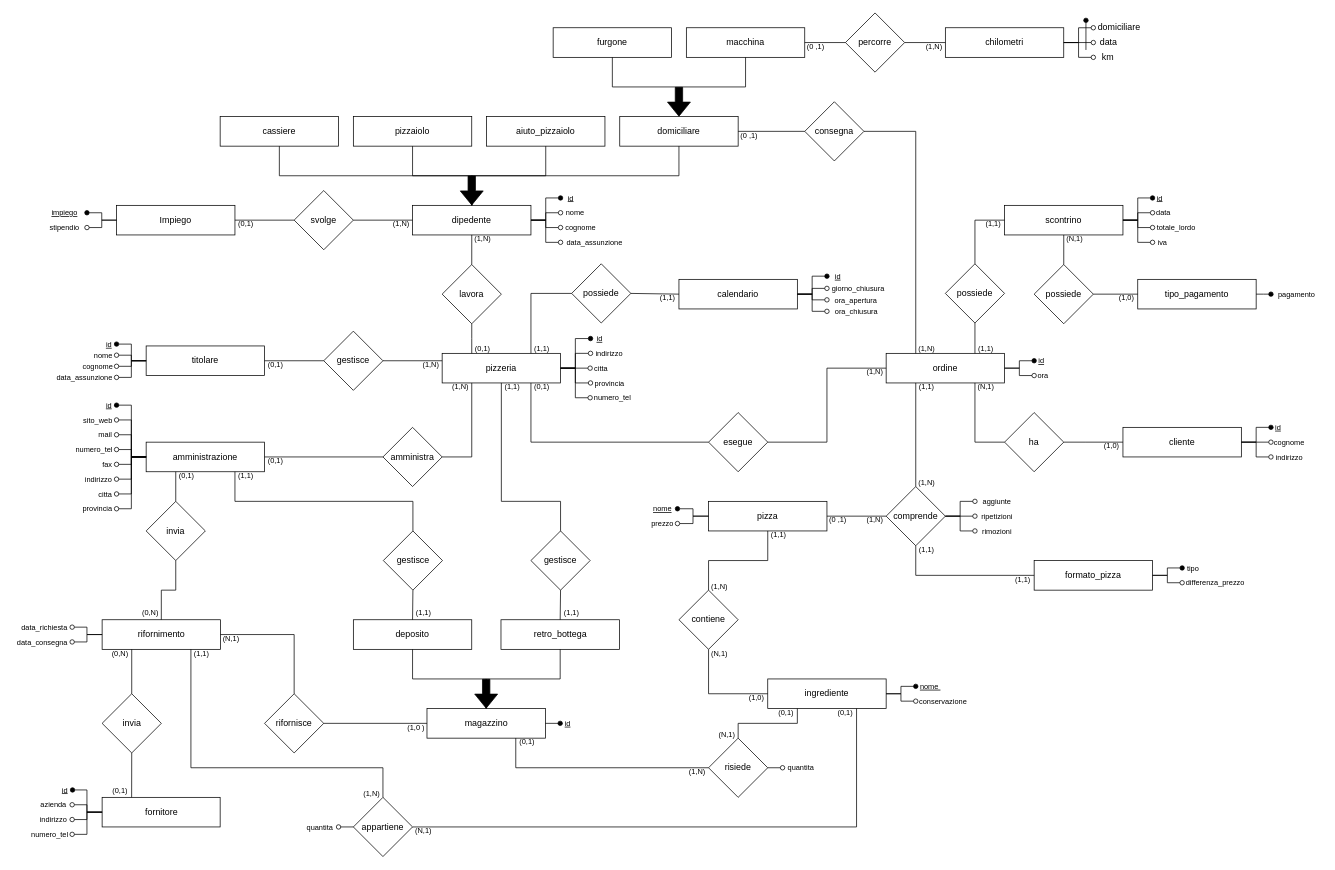
The draw.io diagram Draw/PaduPizzaER.drawio in NicholasPilotto/PaduPizza, before the edit. Source tidied: cells renumbered, new cells numbered last; positions are measured from the earlier drawing's top-left corner, leaving out a move shared by most shapes. Both pictures are drawn from the tidied source at 74%, with x=0, y=0 at pixel (13, 13).
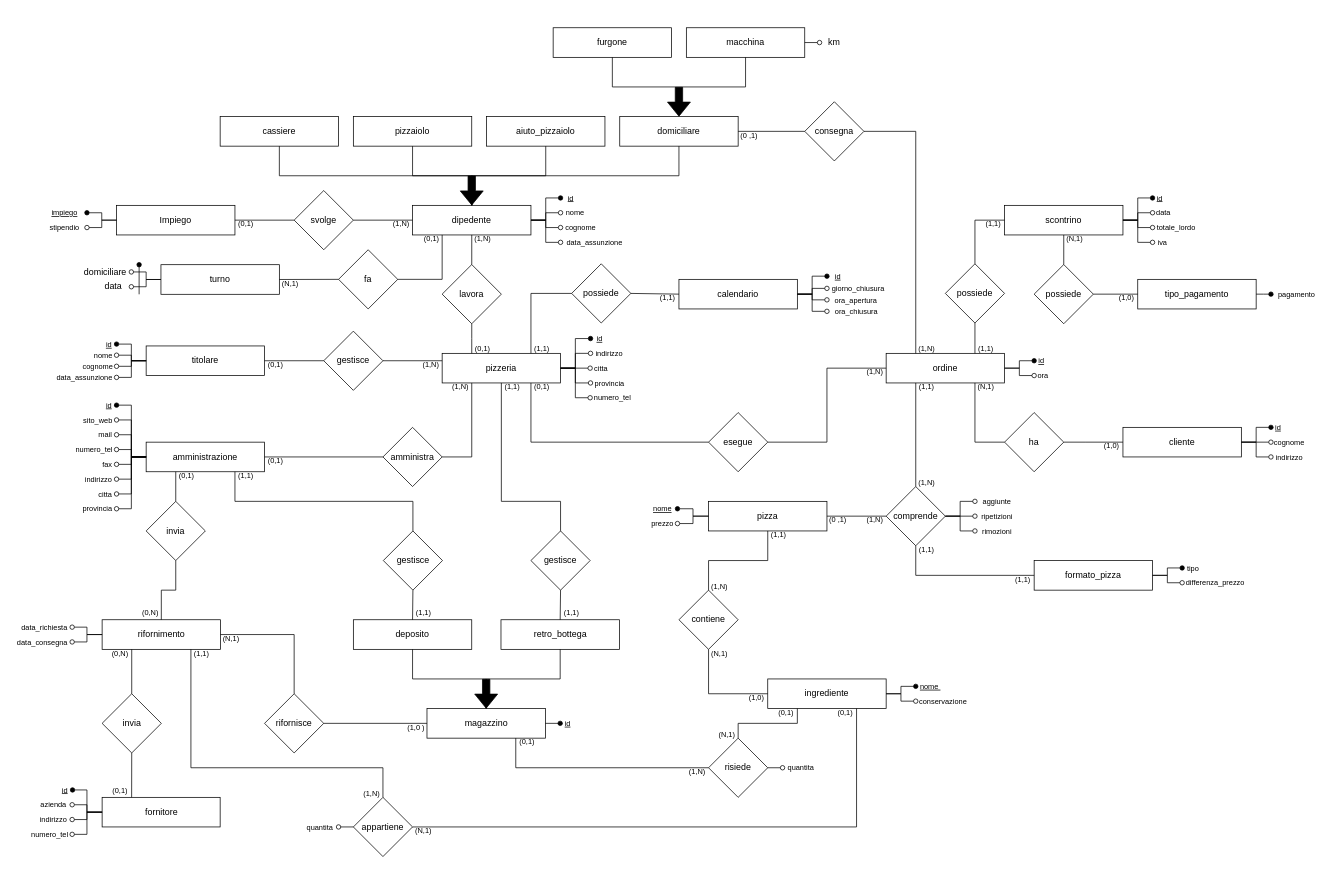
The same diagram, later.

The change refers to these unchanged cells:
```xml
<mxCell id="2" value="dipedente" style="whiteSpace=wrap;html=1;align=center;comic=0;noLabel=0;portConstraintRotation=0;rounded=0;glass=0;sketch=0;shadow=0;" parent="1" vertex="1">
  <mxGeometry x="540" y="260" width="160" height="40" as="geometry" />
</mxCell>
<mxCell id="10" value="macchina" style="whiteSpace=wrap;html=1;align=center;comic=0;noLabel=0;portConstraintRotation=0;rounded=0;glass=0;sketch=0;shadow=0;" parent="1" vertex="1">
  <mxGeometry x="910" y="20" width="160" height="40" as="geometry" />
</mxCell>
```

The edit, as a diff of the source:
```diff
@@
-    <mxCell id="119" value="chilometri" style="whiteSpace=wrap;html=1;align=center;comic=0;noLabel=0;portConstraintRotation=0;rounded=0;glass=0;sketch=0;shadow=0;" parent="1" vertex="1">
-      <mxGeometry x="1260" y="20" width="160" height="40" as="geometry" />
+    <mxCell id="119" value="turno" style="whiteSpace=wrap;html=1;align=center;comic=0;noLabel=0;portConstraintRotation=0;rounded=0;glass=0;sketch=0;shadow=0;" parent="1" vertex="1">
+      <mxGeometry x="200" y="340.2" width="160" height="40" as="geometry" />
     </mxCell>
-    <mxCell id="120" value="percorre" style="rhombus;whiteSpace=wrap;html=1;" parent="1" vertex="1">
-      <mxGeometry x="1125" width="80" height="80" as="geometry" />
+    <mxCell id="120" value="fa" style="rhombus;whiteSpace=wrap;html=1;" parent="1" vertex="1">
+      <mxGeometry x="440" y="320" width="80" height="80" as="geometry" />
     </mxCell>
-    <mxCell id="121" style="endArrow=oval;html=1;exitX=1;exitY=0.5;exitDx=0;exitDy=0;endFill=0;entryX=0;entryY=0.5;entryDx=0;entryDy=0;rounded=0;edgeStyle=elbowEdgeStyle;" parent="1" edge="1" source="119" target="122">
+    <mxCell id="121" style="endArrow=oval;html=1;exitX=0;exitY=0.5;exitDx=0;exitDy=0;endFill=0;entryX=1;entryY=0.5;entryDx=0;entryDy=0;rounded=0;edgeStyle=elbowEdgeStyle;" parent="1" edge="1" source="119" target="122">
       <mxGeometry relative="1" as="geometry" />
     </mxCell>
     <mxCell id="122" value="data&amp;nbsp;" style="text;html=1;strokeColor=none;fillColor=none;align=center;verticalAlign=middle;whiteSpace=wrap;rounded=0;" parent="1" vertex="1">
-      <mxGeometry x="1460" y="35" width="45" height="10" as="geometry" />
+      <mxGeometry x="115" y="365" width="45" height="10" as="geometry" />
     </mxCell>
-    <mxCell id="123" style="endArrow=oval;html=1;exitX=1;exitY=0.5;exitDx=0;exitDy=0;endFill=0;entryX=0;entryY=0.5;entryDx=0;entryDy=0;rounded=0;edgeStyle=elbowEdgeStyle;" parent="1" edge="1" source="119" target="124">
+    <mxCell id="123" style="endArrow=oval;html=1;endFill=0;entryX=0;entryY=0.5;entryDx=0;entryDy=0;rounded=0;exitX=1;exitY=0.5;exitDx=0;exitDy=0;" parent="1" edge="1" source="10" target="124">
       <mxGeometry relative="1" as="geometry" />
     </mxCell>
     <mxCell id="124" value="km" style="text;html=1;strokeColor=none;fillColor=none;align=center;verticalAlign=middle;whiteSpace=wrap;rounded=0;" parent="1" vertex="1">
-      <mxGeometry x="1460" y="55" width="40" height="10" as="geometry" />
+      <mxGeometry x="1090" y="35" width="40" height="10" as="geometry" />
     </mxCell>
-    <mxCell id="125" style="endArrow=oval;html=1;exitX=1;exitY=0.5;exitDx=0;exitDy=0;endFill=0;entryX=0;entryY=0.5;entryDx=0;entryDy=0;rounded=0;edgeStyle=elbowEdgeStyle;" parent="1" edge="1" source="119" target="126">
+    <mxCell id="125" style="endArrow=oval;html=1;exitX=0;exitY=0.5;exitDx=0;exitDy=0;endFill=0;entryX=1;entryY=0.5;entryDx=0;entryDy=0;rounded=0;edgeStyle=elbowEdgeStyle;" parent="1" edge="1" source="119" target="126">
       <mxGeometry relative="1" as="geometry" />
     </mxCell>
     <mxCell id="126" value="domiciliare" style="text;html=1;strokeColor=none;fillColor=none;align=center;verticalAlign=middle;whiteSpace=wrap;rounded=0;" parent="1" vertex="1">
-      <mxGeometry x="1460" y="15" width="70" height="10" as="geometry" />
+      <mxGeometry x="90" y="345" width="70" height="10" as="geometry" />
     </mxCell>
     <mxCell id="127" style="endArrow=none;html=1;startArrow=oval;startFill=1;" parent="1" edge="1">
       <mxGeometry relative="1" as="geometry">
-        <mxPoint x="1450" y="10" as="sourcePoint" />
-        <mxPoint x="1450" y="50" as="targetPoint" />
+        <mxPoint x="170.5" y="340.2" as="sourcePoint" />
+        <mxPoint x="170.5" y="380.2" as="targetPoint" />
       </mxGeometry>
     </mxCell>
@@
-    <mxCell id="152" style="endArrow=none;html=1;entryX=0;entryY=0.5;entryDx=0;entryDy=0;exitX=1;exitY=0.5;exitDx=0;exitDy=0;" parent="1" edge="1" source="120" target="119">
-      <mxGeometry relative="1" as="geometry" />
+    <mxCell id="152" style="endArrow=none;html=1;entryX=0.25;entryY=1;entryDx=0;entryDy=0;exitX=1;exitY=0.5;exitDx=0;exitDy=0;edgeStyle=elbowEdgeStyle;rounded=0;" parent="1" edge="1" source="120" target="2">
+      <mxGeometry relative="1" as="geometry">
+        <Array as="points">
+          <mxPoint x="580" y="330" />
+        </Array>
+      </mxGeometry>
     </mxCell>
-    <mxCell id="153" style="endArrow=none;html=1;entryX=1;entryY=0.5;entryDx=0;entryDy=0;exitX=0;exitY=0.5;exitDx=0;exitDy=0;" parent="1" edge="1" source="120" target="10">
+    <mxCell id="153" style="endArrow=none;html=1;entryX=1;entryY=0.5;entryDx=0;entryDy=0;exitX=0;exitY=0.5;exitDx=0;exitDy=0;" parent="1" edge="1" source="120" target="119">
       <mxGeometry relative="1" as="geometry" />
     </mxCell>
@@
-    <mxCell id="217" value="(1,N)" style="text;html=1;strokeColor=none;fillColor=none;align=center;verticalAlign=middle;whiteSpace=wrap;rounded=0;fontSize=10;" parent="1" vertex="1">
-      <mxGeometry x="1230" y="40" width="30" height="10.2" as="geometry" />
+    <mxCell id="217" value="(N,1)" style="text;html=1;strokeColor=none;fillColor=none;align=center;verticalAlign=middle;whiteSpace=wrap;rounded=0;fontSize=10;" parent="1" vertex="1">
+      <mxGeometry x="360" y="360" width="30" height="10.2" as="geometry" />
     </mxCell>
-    <mxCell id="218" value="(0 ,1)" style="text;html=1;strokeColor=none;fillColor=none;align=center;verticalAlign=middle;whiteSpace=wrap;rounded=0;fontSize=10;" parent="1" vertex="1">
-      <mxGeometry x="1070" y="40.2" width="30" height="10" as="geometry" />
+    <mxCell id="218" value="(0,1)" style="text;html=1;strokeColor=none;fillColor=none;align=center;verticalAlign=middle;whiteSpace=wrap;rounded=0;fontSize=10;" parent="1" vertex="1">
+      <mxGeometry x="550.5" y="300" width="30" height="10" as="geometry" />
     </mxCell>
```
